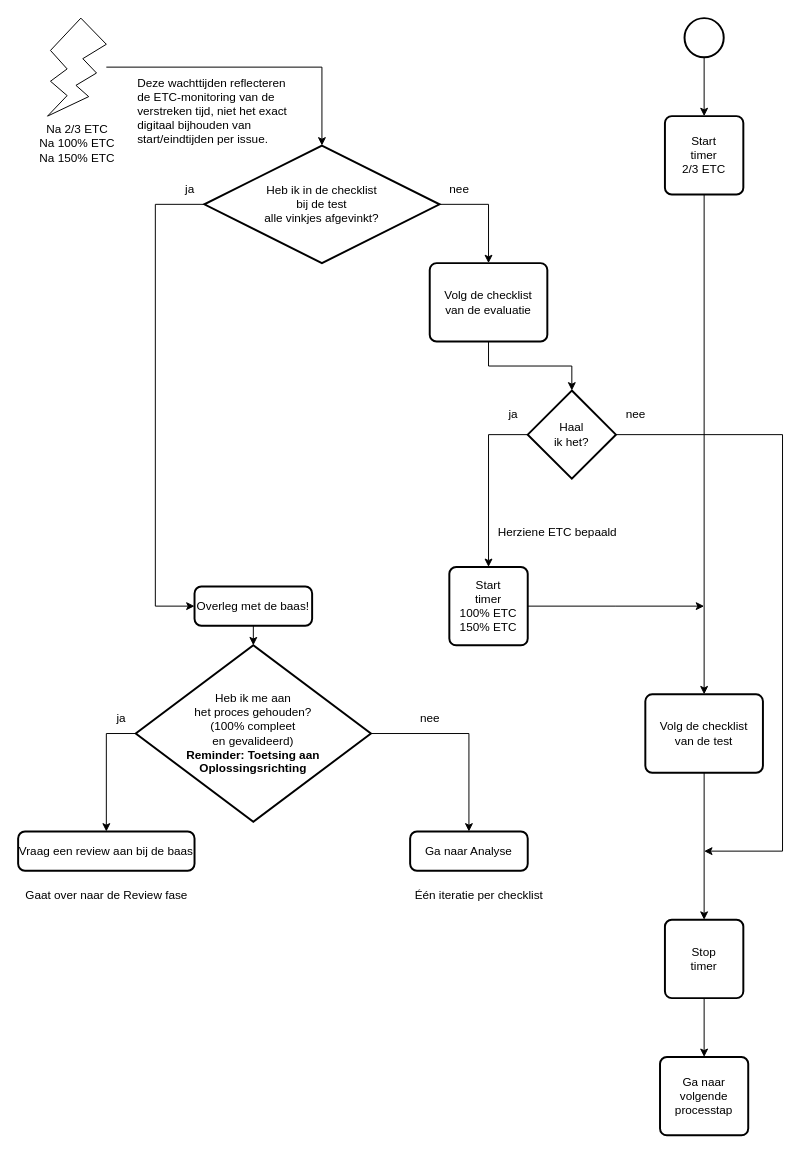
Before: 5 Issue Tracker test.drawio in Zaibatsu89/IssueTracker, a draw.io diagram. Source tidied: cells renumbered, new cells numbered last; positions are measured from the earlier drawing's top-left corner, leaving out a move shared by most shapes. Both pictures are drawn from the tidied source at 98%, with x=0, y=0 at pixel (18, 18).
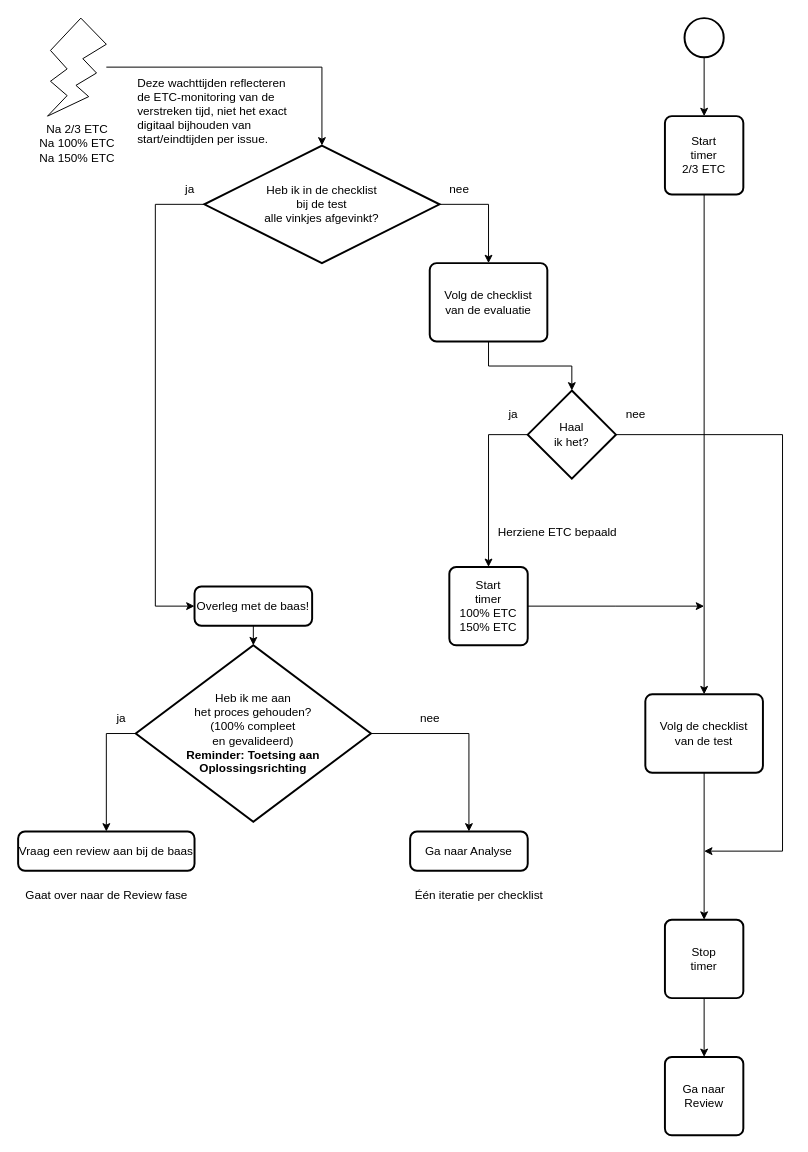
Above is the later version.

Commit message (it also covers changes not shown here):
Vervang "Ga naar volgende processtap" door "Ga naar {naam van volgende processtap}" in flowcharts

Diff of the diagram source:
```diff
@@
-    <mxCell id="27" value="Ga naar&lt;br&gt;volgende&lt;br&gt;processtap" style="rounded=1;whiteSpace=wrap;html=1;absoluteArcSize=1;arcSize=14;strokeWidth=2;" parent="1" vertex="1">
-      <mxGeometry x="655" y="1060" width="90" height="80" as="geometry" />
+    <mxCell id="27" value="Ga naar&lt;br&gt;Review" style="rounded=1;whiteSpace=wrap;html=1;absoluteArcSize=1;arcSize=14;strokeWidth=2;" parent="1" vertex="1">
+      <mxGeometry x="660" y="1060" width="80" height="80" as="geometry" />
     </mxCell>
```
